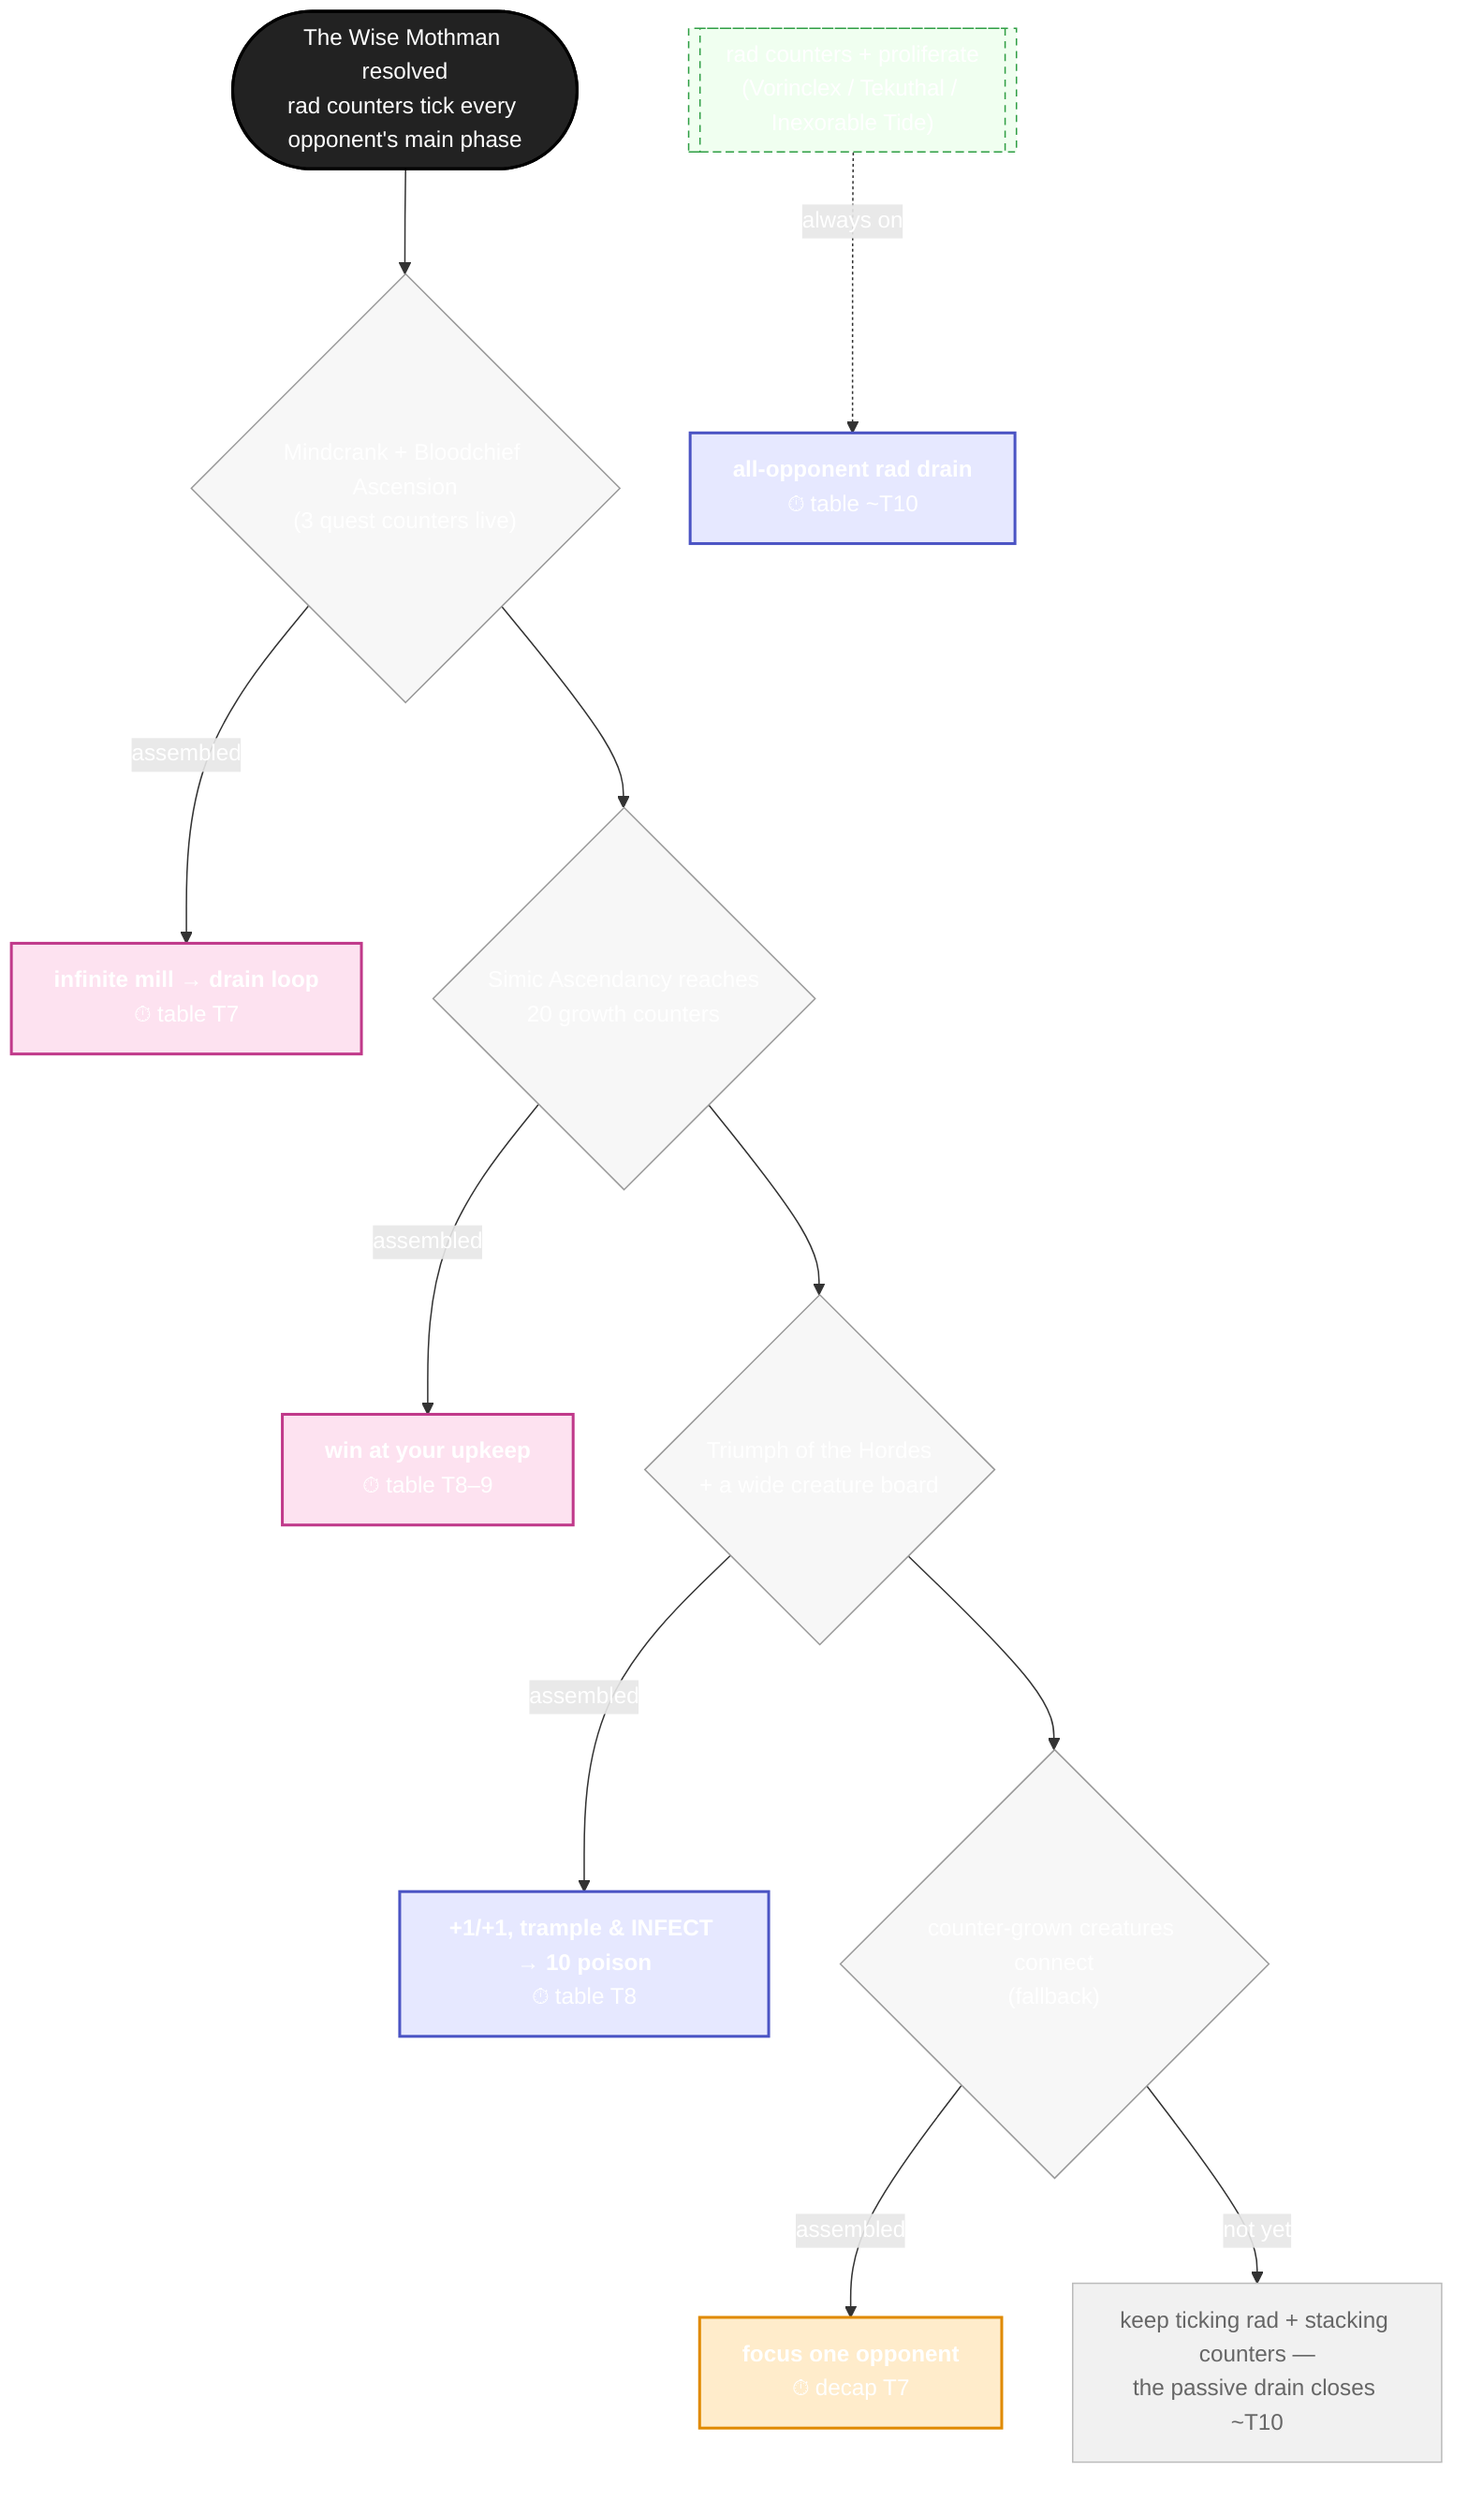
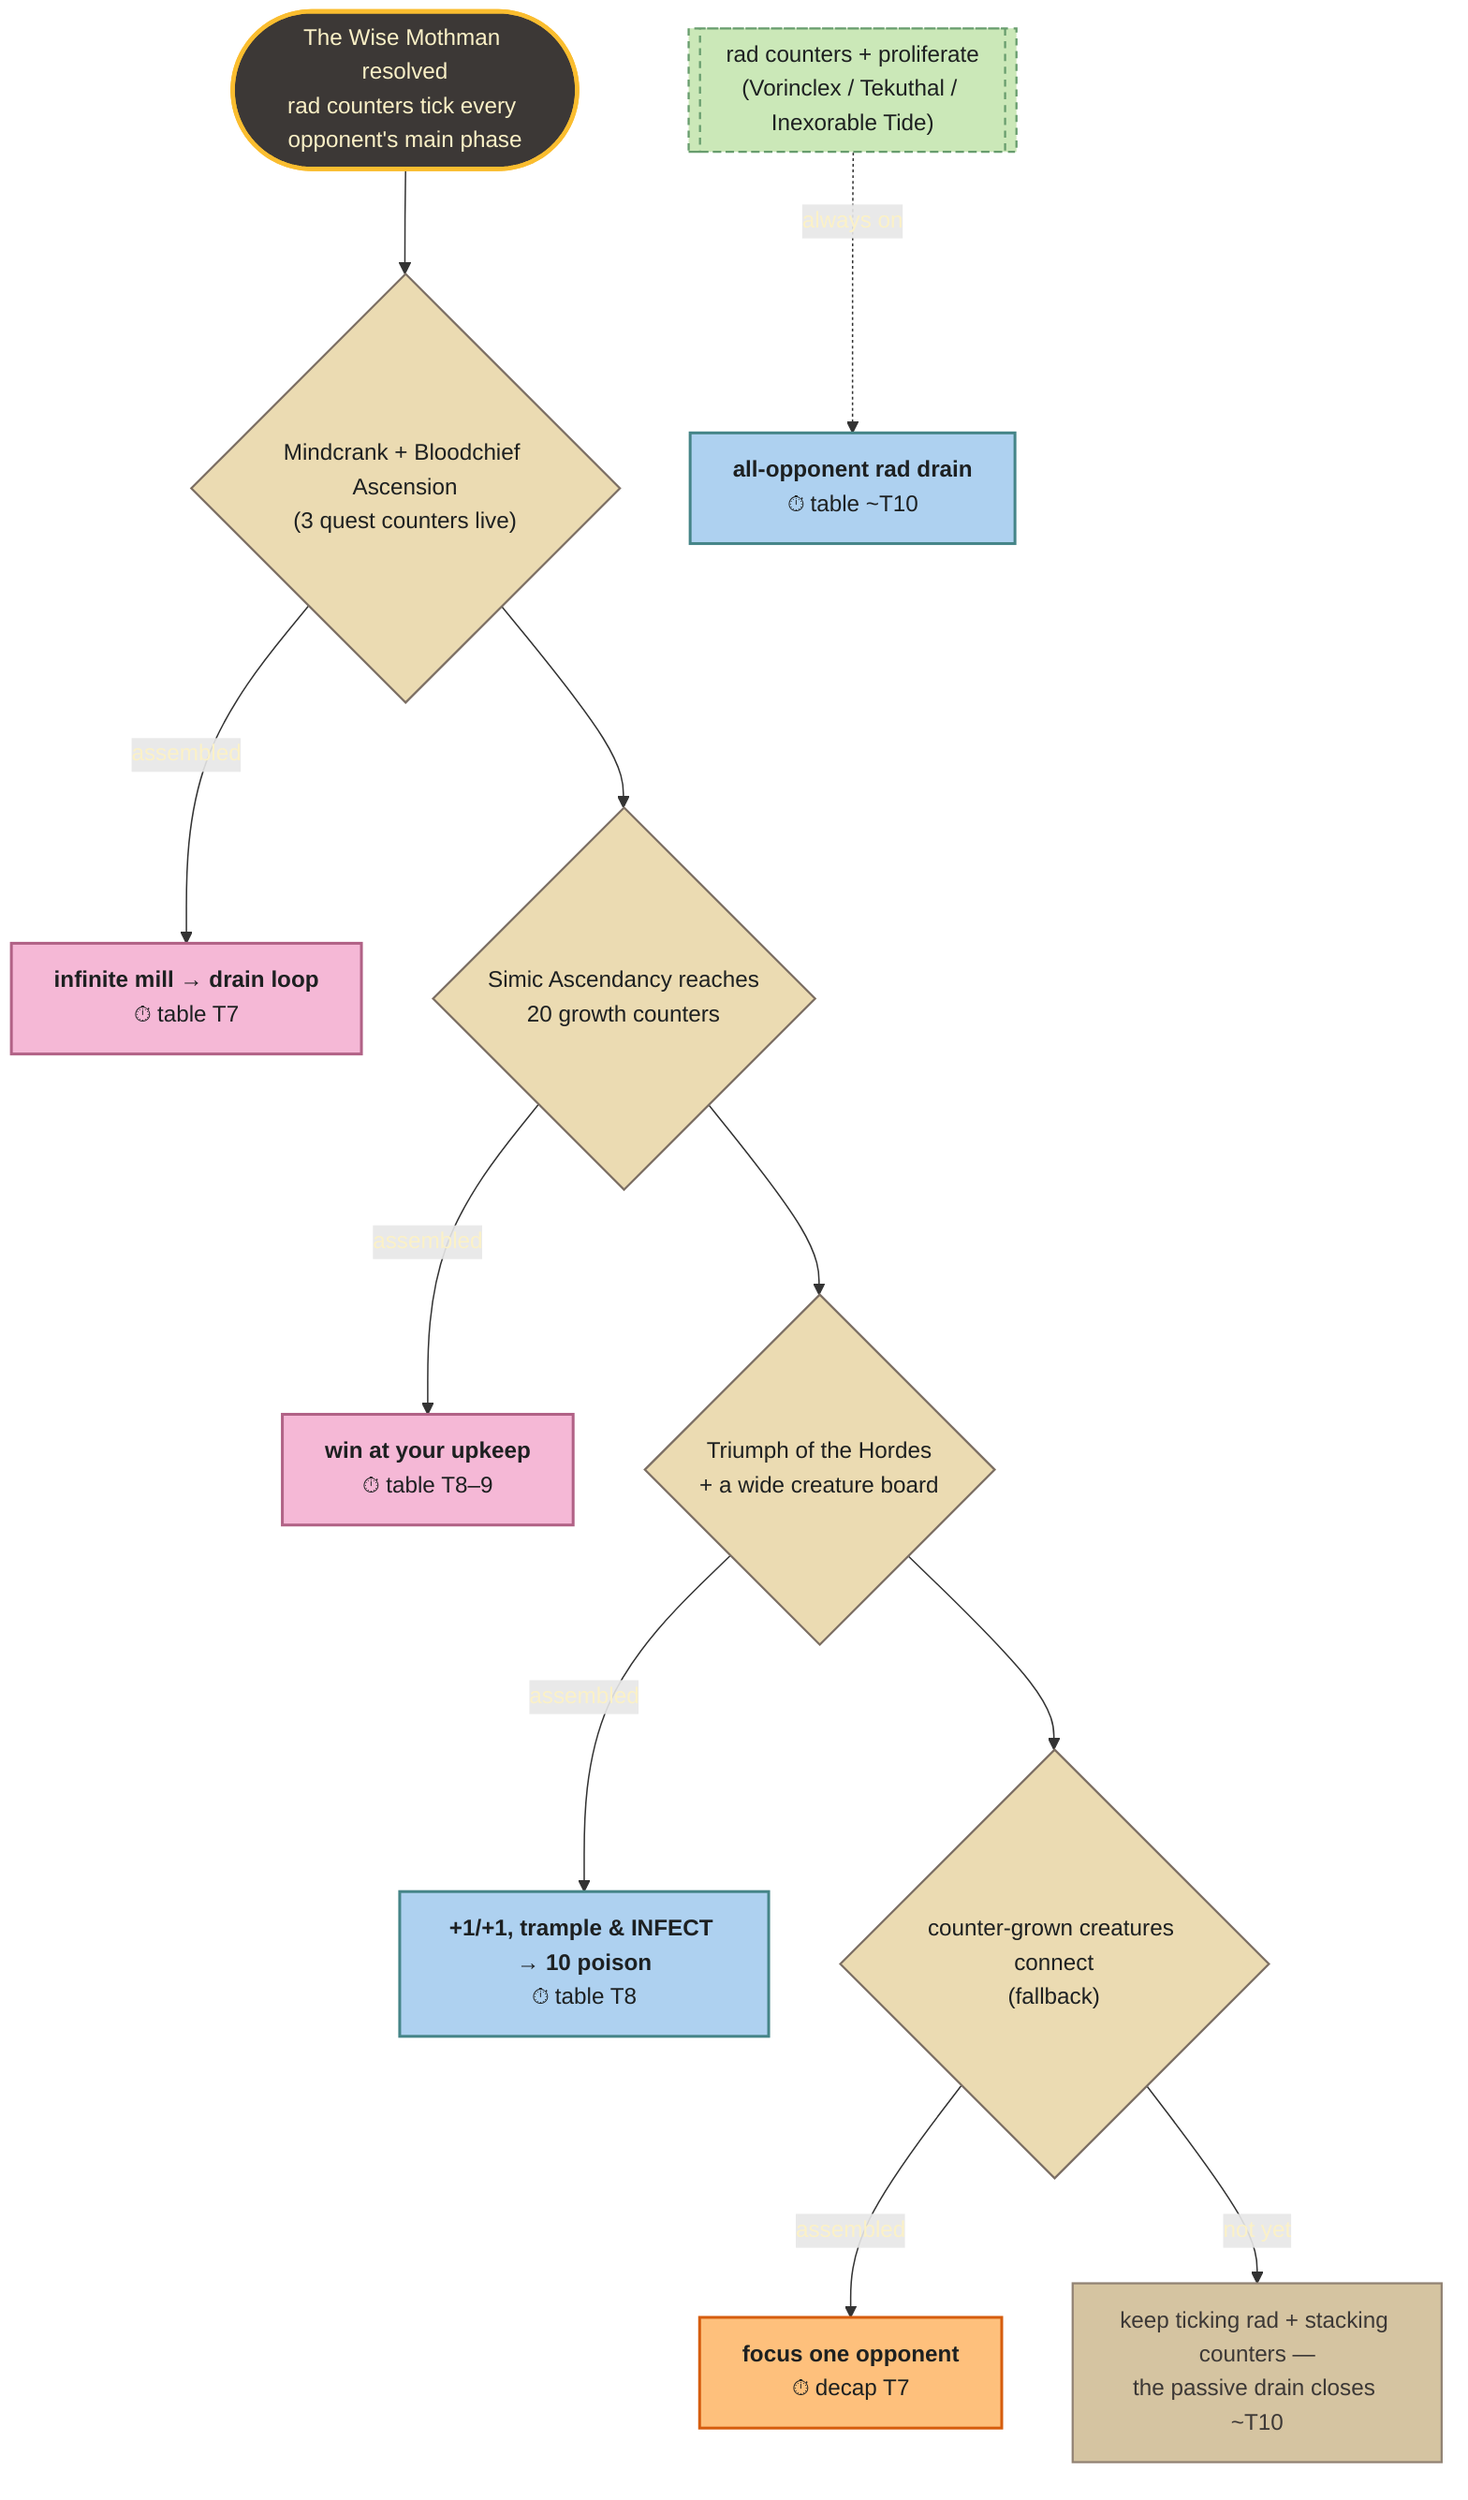
flowchart TD
-     classDef root fill:#222,color:#fff,stroke:#000,stroke-width:2px;
-     classDef ask fill:#f7f7f7,stroke:#999;
-     classDef combo fill:#fde2f0,stroke:#c0398a,stroke-width:2px;
-     classDef table fill:#e6e8ff,stroke:#4b54c4,stroke-width:2px;
-     classDef combat fill:#ffeccb,stroke:#e08a00,stroke-width:2px;
-     classDef enabler fill:#e3f6e3,stroke:#2f9e44,stroke-width:2px;
-     classDef bg fill:#f0fff0,stroke:#2f9e44,stroke-dasharray:5 4;
-     classDef stall fill:#f1f1f1,stroke:#bbb,color:#666;
+     classDef root fill:#3c3836,color:#fbf1c7,stroke:#fabd2f,stroke-width:3px;
+     classDef ask fill:#ebdbb2,color:#1d2021,stroke:#7c6f64,stroke-width:1.5px;
+     classDef combo fill:#f5b8d6,color:#1d2021,stroke:#b16286,stroke-width:2px;
+     classDef table fill:#aed1f0,color:#1d2021,stroke:#458588,stroke-width:2px;
+     classDef combat fill:#fec07c,color:#1d2021,stroke:#d65d0e,stroke-width:2px;
+     classDef enabler fill:#b8e6a0,color:#1d2021,stroke:#689d6e,stroke-width:2px;
+     classDef bg fill:#cbe8b8,color:#1d2021,stroke:#689d6e,stroke-width:1.5px,stroke-dasharray:5 4;
+     classDef stall fill:#d5c4a1,color:#3c3836,stroke:#928374,stroke-width:1.5px;

    S(["The Wise Mothman resolved<br/>rad counters tick every opponent's main phase"]):::root
    S --> A1{"Mindcrank + Bloodchief Ascension<br/>(3 quest counters live)"}:::ask
    A1 -- assembled --> K1["<b>infinite mill → drain loop</b><br/>⏱ table T7"]:::combo
    A1 --> A2{"Simic Ascendancy reaches<br/>20 growth counters"}:::ask
    A2 -- assembled --> K2["<b>win at your upkeep</b><br/>⏱ table T8–9"]:::combo
    A2 --> A3{"Triumph of the Hordes<br/>+ a wide creature board"}:::ask
    A3 -- assembled --> K3["<b>+1/+1, trample & INFECT → 10 poison</b><br/>⏱ table T8"]:::table
    A3 --> A4{"counter-grown creatures connect<br/>(fallback)"}:::ask
    A4 -- assembled --> K4["<b>focus one opponent</b><br/>⏱ decap T7"]:::combat
    A4 -- not yet --> STALL["keep ticking rad + stacking counters —<br/>the passive drain closes ~T10"]:::stall
    BG[["rad counters + proliferate<br/>(Vorinclex / Tekuthal / Inexorable Tide)"]]:::bg
    BG -. always on .-> KBG["<b>all-opponent rad drain</b><br/>⏱ table ~T10"]:::table
